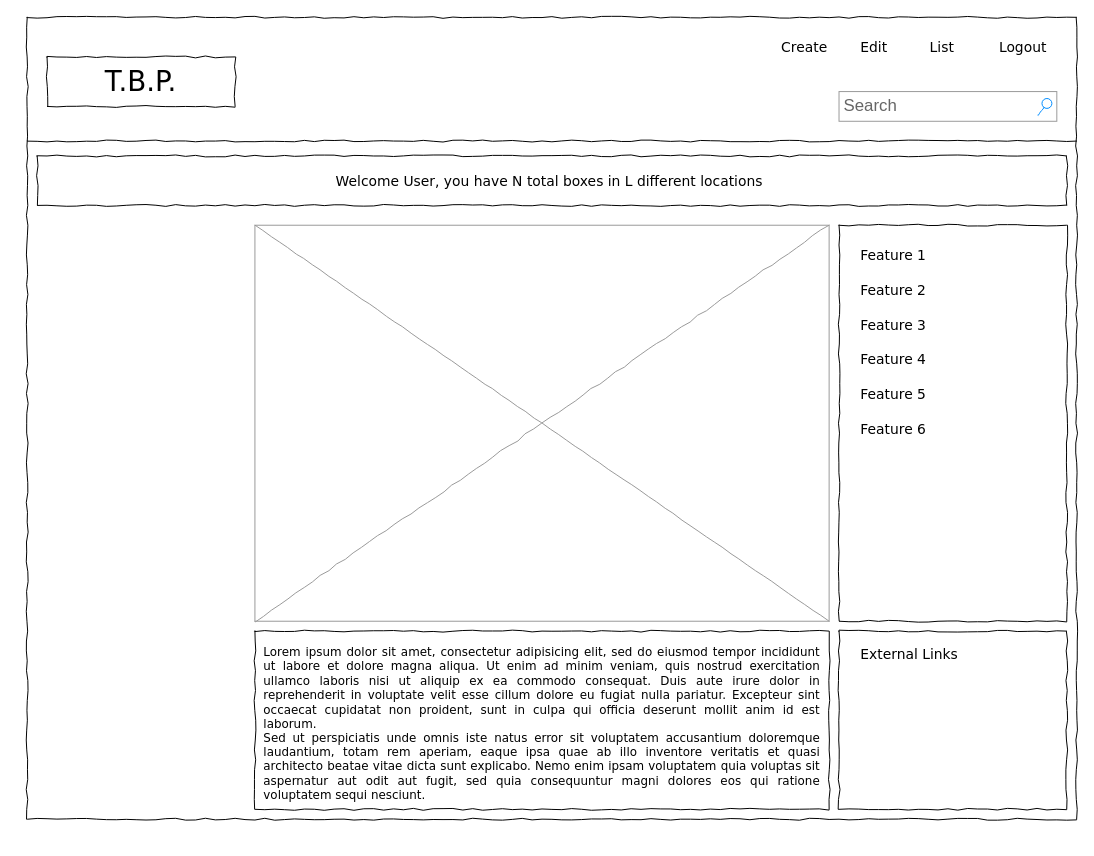
Above: page "Home" (1 of 3) of Untitled Diagram.drawio in savonriggs/The-box-project (draw.io), before the change. Source tidied: cells renumbered, new cells numbered last; positions are measured from the earlier drawing's top-left corner, leaving out a move shared by most shapes. Both pictures are drawn from the tidied source at 99%, with x=0, y=0 at pixel (27, 17).
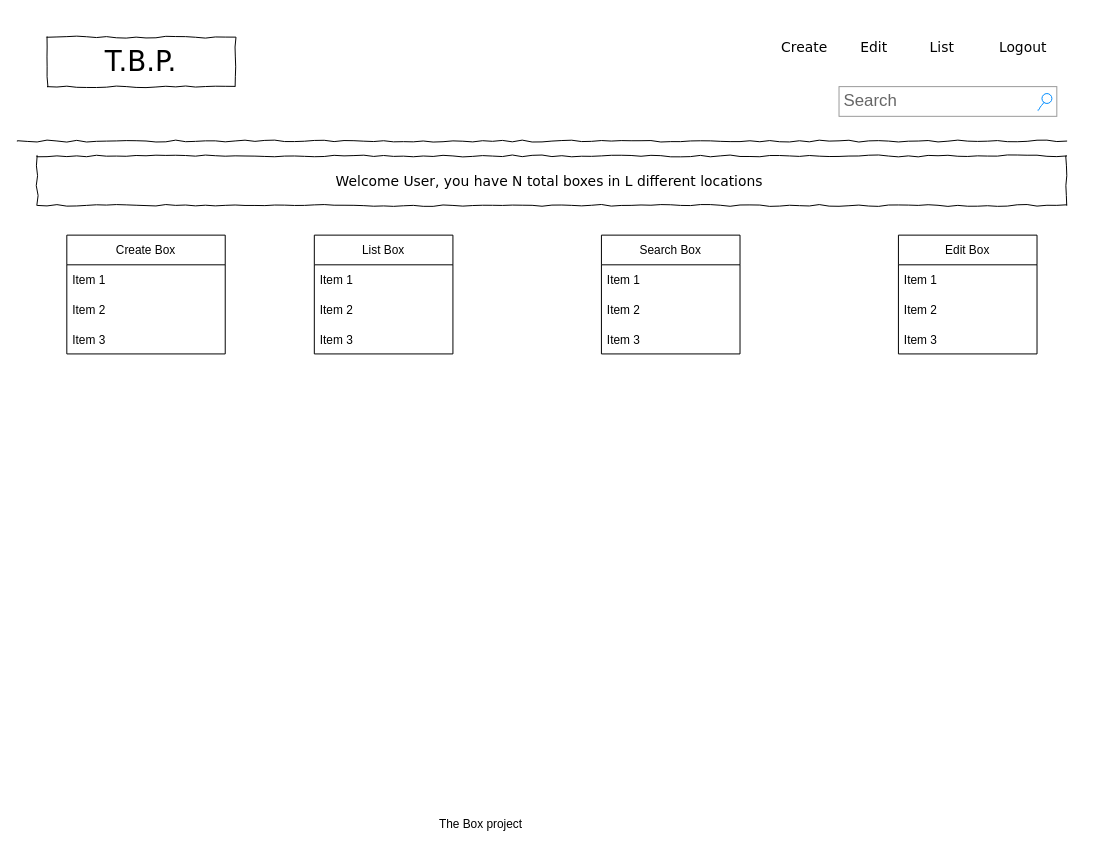
The same diagram, later.

Change to the diagram source:
```diff
@@
-    <mxCell id="2" style="whiteSpace=wrap;html=1;rounded=0;shadow=0;labelBackgroundColor=none;strokeColor=#000000;strokeWidth=1;fillColor=none;fontFamily=Verdana;fontSize=12;fontColor=#000000;align=center;comic=1;" parent="1" vertex="1">
-      <mxGeometry width="1060" height="810" as="geometry" />
-    </mxCell>
     <mxCell id="3" value="T.B.P." style="whiteSpace=wrap;html=1;rounded=0;shadow=0;labelBackgroundColor=none;strokeWidth=1;fontFamily=Verdana;fontSize=28;align=center;comic=1;" parent="1" vertex="1">
-      <mxGeometry x="20" y="40" width="190" height="50" as="geometry" />
+      <mxGeometry x="20" y="20" width="190" height="50" as="geometry" />
     </mxCell>
     <mxCell id="4" value="Search" style="strokeWidth=1;shadow=0;dashed=0;align=center;html=1;shape=mxgraph.mockup.forms.searchBox;strokeColor=#999999;mainText=;strokeColor2=#008cff;fontColor=#666666;fontSize=17;align=left;spacingLeft=3;rounded=0;labelBackgroundColor=none;comic=1;" parent="1" vertex="1">
-      <mxGeometry x="820" y="75" width="220" height="30" as="geometry" />
+      <mxGeometry x="820" y="70" width="220" height="30" as="geometry" />
     </mxCell>
@@
-    <mxCell id="6" value="Edit" style="text;html=1;align=left;verticalAlign=top;spacingTop=-4;fontSize=14;fontFamily=Verdana;" parent="1" vertex="1">
+    <mxCell id="6" value="Edit" style="text;html=1;align=left;verticalAlign=top;spacingTop=-4;fontSize=14;fontFamily=Verdana;shadow=0;" parent="1" vertex="1">
       <mxGeometry x="840" y="20" width="60" height="20" as="geometry" />
     </mxCell>
@@
     <mxCell id="9" style="line;strokeWidth=1;html=1;rounded=0;shadow=0;labelBackgroundColor=none;fillColor=none;fontFamily=Verdana;fontSize=14;fontColor=#000000;align=center;comic=1;" parent="1" vertex="1">
-      <mxGeometry y="120" width="1060" height="10" as="geometry" />
+      <mxGeometry x="-10" y="120" width="1060" height="10" as="geometry" />
     </mxCell>
@@
-    <mxCell id="12" value="&lt;div style=&quot;text-align: justify&quot;&gt;&lt;span&gt;Lorem ipsum dolor sit amet, consectetur adipisicing elit, sed do eiusmod tempor incididunt ut labore et dolore magna aliqua. Ut enim ad minim veniam, quis nostrud exercitation ullamco laboris nisi ut aliquip ex ea commodo consequat. Duis aute irure dolor in reprehenderit in voluptate velit esse cillum dolore eu fugiat nulla pariatur. Excepteur sint occaecat cupidatat non proident, sunt in culpa qui officia deserunt mollit anim id est laborum.&lt;/span&gt;&lt;/div&gt;&lt;div style=&quot;text-align: justify&quot;&gt;&lt;span&gt;Sed ut perspiciatis unde omnis iste natus error sit voluptatem accusantium doloremque laudantium, totam rem aperiam, eaque ipsa quae ab illo inventore veritatis et quasi architecto beatae vitae dicta sunt explicabo. Nemo enim ipsam voluptatem quia voluptas sit aspernatur aut odit aut fugit, sed quia consequuntur magni dolores eos qui ratione voluptatem sequi nesciunt.&amp;nbsp;&lt;/span&gt;&lt;/div&gt;" style="whiteSpace=wrap;html=1;rounded=0;shadow=0;labelBackgroundColor=none;strokeWidth=1;fillColor=none;fontFamily=Verdana;fontSize=12;align=center;verticalAlign=top;spacing=10;comic=1;" parent="1" vertex="1">
-      <mxGeometry x="230" y="620" width="580" height="180" as="geometry" />
-    </mxCell>
-    <mxCell id="13" style="verticalLabelPosition=bottom;shadow=0;dashed=0;align=center;html=1;verticalAlign=top;strokeWidth=1;shape=mxgraph.mockup.graphics.simpleIcon;strokeColor=#999999;rounded=0;labelBackgroundColor=none;fontFamily=Verdana;fontSize=14;fontColor=#000000;comic=1;" parent="1" vertex="1">
-      <mxGeometry x="230" y="210" width="580" height="400" as="geometry" />
-    </mxCell>
-    <mxCell id="14" style="whiteSpace=wrap;html=1;rounded=0;shadow=0;labelBackgroundColor=none;strokeWidth=1;fillColor=none;fontFamily=Verdana;fontSize=12;align=center;comic=1;" parent="1" vertex="1">
-      <mxGeometry x="820" y="210" width="230" height="400" as="geometry" />
-    </mxCell>
-    <mxCell id="15" style="whiteSpace=wrap;html=1;rounded=0;shadow=0;labelBackgroundColor=none;strokeWidth=1;fillColor=none;fontFamily=Verdana;fontSize=12;align=center;comic=1;" parent="1" vertex="1">
-      <mxGeometry x="820" y="620" width="230" height="180" as="geometry" />
-    </mxCell>
-    <mxCell id="16" value="External Links" style="text;html=1;align=left;verticalAlign=top;spacingTop=-4;fontSize=14;fontFamily=Verdana;" parent="1" vertex="1">
-      <mxGeometry x="840" y="633" width="170" height="20" as="geometry" />
-    </mxCell>
-    <mxCell id="17" value="Feature 1" style="text;html=1;align=left;verticalAlign=top;spacingTop=-4;fontSize=14;fontFamily=Verdana;" parent="1" vertex="1">
-      <mxGeometry x="840" y="230" width="170" height="20" as="geometry" />
-    </mxCell>
-    <mxCell id="18" value="Feature 2" style="text;html=1;align=left;verticalAlign=top;spacingTop=-4;fontSize=14;fontFamily=Verdana;" parent="1" vertex="1">
-      <mxGeometry x="840" y="265" width="170" height="20" as="geometry" />
-    </mxCell>
-    <mxCell id="19" value="Feature 3" style="text;html=1;align=left;verticalAlign=top;spacingTop=-4;fontSize=14;fontFamily=Verdana;" parent="1" vertex="1">
-      <mxGeometry x="840" y="300" width="170" height="20" as="geometry" />
-    </mxCell>
-    <mxCell id="20" value="Feature 4" style="text;html=1;align=left;verticalAlign=top;spacingTop=-4;fontSize=14;fontFamily=Verdana;" parent="1" vertex="1">
-      <mxGeometry x="840" y="335" width="170" height="20" as="geometry" />
-    </mxCell>
-    <mxCell id="21" value="Feature 5" style="text;html=1;align=left;verticalAlign=top;spacingTop=-4;fontSize=14;fontFamily=Verdana;" parent="1" vertex="1">
-      <mxGeometry x="840" y="370" width="170" height="20" as="geometry" />
-    </mxCell>
-    <mxCell id="22" value="Feature 6" style="text;html=1;align=left;verticalAlign=top;spacingTop=-4;fontSize=14;fontFamily=Verdana;" parent="1" vertex="1">
-      <mxGeometry x="840" y="405" width="170" height="20" as="geometry" />
-    </mxCell>
+    <mxCell id="23" value="Create Box" style="swimlane;fontStyle=0;horizontal=1;startSize=30;" parent="1" vertex="1">
+      <mxGeometry x="40" y="220" width="160" height="120" as="geometry" />
+    </mxCell>
+    <mxCell id="24" value="Item 1" style="text;strokeColor=none;fillColor=none;align=left;verticalAlign=middle;spacingLeft=4;spacingRight=4;overflow=hidden;" parent="23" vertex="1">
+      <mxGeometry y="30" width="160" height="30" as="geometry" />
+    </mxCell>
+    <mxCell id="25" value="Item 2" style="text;strokeColor=none;fillColor=none;align=left;verticalAlign=middle;spacingLeft=4;spacingRight=4;overflow=hidden;" parent="23" vertex="1">
+      <mxGeometry y="60" width="160" height="30" as="geometry" />
+    </mxCell>
+    <mxCell id="26" value="Item 3" style="text;strokeColor=none;fillColor=none;align=left;verticalAlign=middle;spacingLeft=4;spacingRight=4;overflow=hidden;" parent="23" vertex="1">
+      <mxGeometry y="90" width="160" height="30" as="geometry" />
+    </mxCell>
+    <mxCell id="27" value="Edit Box" style="swimlane;fontStyle=0;horizontal=1;startSize=30;" parent="1" vertex="1">
+      <mxGeometry x="880" y="220" width="140" height="120" as="geometry" />
+    </mxCell>
+    <mxCell id="28" value="Item 1" style="text;strokeColor=none;fillColor=none;align=left;verticalAlign=middle;spacingLeft=4;spacingRight=4;overflow=hidden;" parent="27" vertex="1">
+      <mxGeometry y="30" width="140" height="30" as="geometry" />
+    </mxCell>
+    <mxCell id="29" value="Item 2" style="text;strokeColor=none;fillColor=none;align=left;verticalAlign=middle;spacingLeft=4;spacingRight=4;overflow=hidden;" parent="27" vertex="1">
+      <mxGeometry y="60" width="140" height="30" as="geometry" />
+    </mxCell>
+    <mxCell id="30" value="Item 3" style="text;strokeColor=none;fillColor=none;align=left;verticalAlign=middle;spacingLeft=4;spacingRight=4;overflow=hidden;" parent="27" vertex="1">
+      <mxGeometry y="90" width="140" height="30" as="geometry" />
+    </mxCell>
+    <mxCell id="31" value="List Box" style="swimlane;fontStyle=0;horizontal=1;startSize=30;" parent="1" vertex="1">
+      <mxGeometry x="290" y="220" width="140" height="120" as="geometry" />
+    </mxCell>
+    <mxCell id="32" value="Item 1" style="text;strokeColor=none;fillColor=none;align=left;verticalAlign=middle;spacingLeft=4;spacingRight=4;overflow=hidden;" parent="31" vertex="1">
+      <mxGeometry y="30" width="140" height="30" as="geometry" />
+    </mxCell>
+    <mxCell id="33" value="Item 2" style="text;strokeColor=none;fillColor=none;align=left;verticalAlign=middle;spacingLeft=4;spacingRight=4;overflow=hidden;" parent="31" vertex="1">
+      <mxGeometry y="60" width="140" height="30" as="geometry" />
+    </mxCell>
+    <mxCell id="34" value="Item 3" style="text;strokeColor=none;fillColor=none;align=left;verticalAlign=middle;spacingLeft=4;spacingRight=4;overflow=hidden;" parent="31" vertex="1">
+      <mxGeometry y="90" width="140" height="30" as="geometry" />
+    </mxCell>
+    <mxCell id="35" value="Search Box" style="swimlane;fontStyle=0;horizontal=1;startSize=30;" parent="1" vertex="1">
+      <mxGeometry x="580" y="220" width="140" height="120" as="geometry" />
+    </mxCell>
+    <mxCell id="36" value="Item 1" style="text;strokeColor=none;fillColor=none;align=left;verticalAlign=middle;spacingLeft=4;spacingRight=4;overflow=hidden;" parent="35" vertex="1">
+      <mxGeometry y="30" width="140" height="30" as="geometry" />
+    </mxCell>
+    <mxCell id="37" value="Item 2" style="text;strokeColor=none;fillColor=none;align=left;verticalAlign=middle;spacingLeft=4;spacingRight=4;overflow=hidden;" parent="35" vertex="1">
+      <mxGeometry y="60" width="140" height="30" as="geometry" />
+    </mxCell>
+    <mxCell id="38" value="Item 3" style="text;strokeColor=none;fillColor=none;align=left;verticalAlign=middle;spacingLeft=4;spacingRight=4;overflow=hidden;" parent="35" vertex="1">
+      <mxGeometry y="90" width="140" height="30" as="geometry" />
+    </mxCell>
+    <mxCell id="39" value="The Box project&amp;nbsp;" style="text;html=1;strokeColor=none;fillColor=none;align=center;verticalAlign=middle;whiteSpace=wrap;rounded=0;" parent="1" vertex="1">
+      <mxGeometry x="410" y="800" width="100" height="30" as="geometry" />
+    </mxCell>
```
